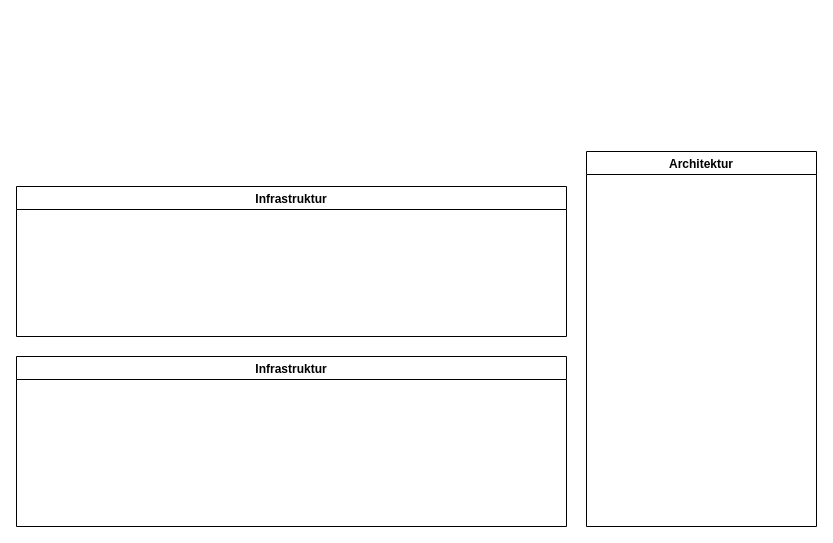
TheMadav/fachverstaendlich keeps this draw.io diagram as Untitled Diagram.drawio. Above is the earlier version. Source tidied: cells renumbered, new cells numbered last; positions are measured from the earlier drawing's top-left corner, leaving out a move shared by most shapes. Both pictures are drawn from the tidied source at 100%, with x=0, y=0 at pixel (16, 151).
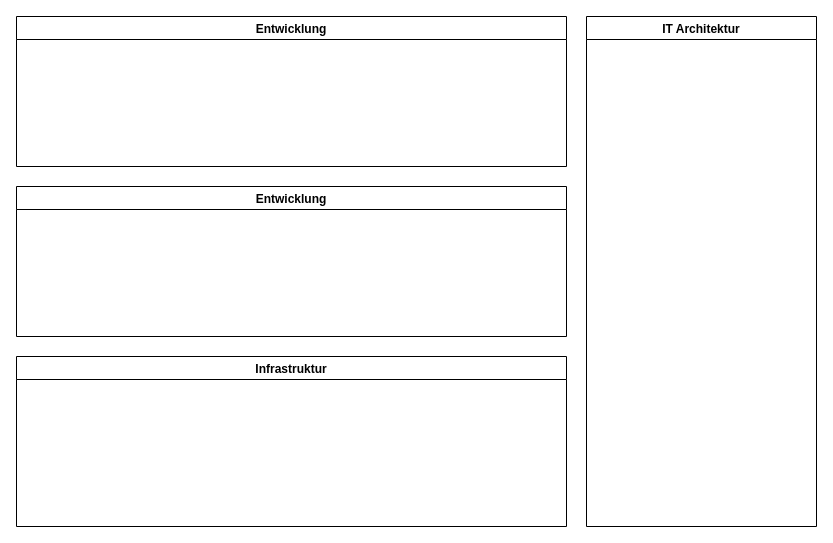
The same diagram, later.

Commit message:
Fachverstaendlich overview

Diff of the diagram source:
```diff
@@
 <mxGraphModel background="#ffffff">
   <root>
     <mxCell id="0" />
     <mxCell id="1" parent="0" />
     <mxCell id="2" value="Infrastruktur" style="swimlane;" parent="1" vertex="1">
       <mxGeometry y="205" width="550" height="170" as="geometry" />
     </mxCell>
-    <mxCell id="3" value="Infrastruktur" style="swimlane;" parent="1" vertex="1">
+    <mxCell id="3" value="Entwicklung" style="swimlane;startSize=23;" parent="1" vertex="1">
       <mxGeometry y="35" width="550" height="150" as="geometry" />
     </mxCell>
-    <mxCell id="4" value="Architektur" style="swimlane;" parent="1" vertex="1">
-      <mxGeometry x="570" width="230" height="375" as="geometry" />
+    <mxCell id="4" value="IT Architektur" style="swimlane;" parent="1" vertex="1">
+      <mxGeometry x="570" y="-135" width="230" height="510" as="geometry" />
     </mxCell>
+    <mxCell id="5" value="Entwicklung" style="swimlane;startSize=23;" parent="1" vertex="1">
+      <mxGeometry y="-135" width="550" height="150" as="geometry" />
+    </mxCell>
   </root>
 </mxGraphModel>
```
